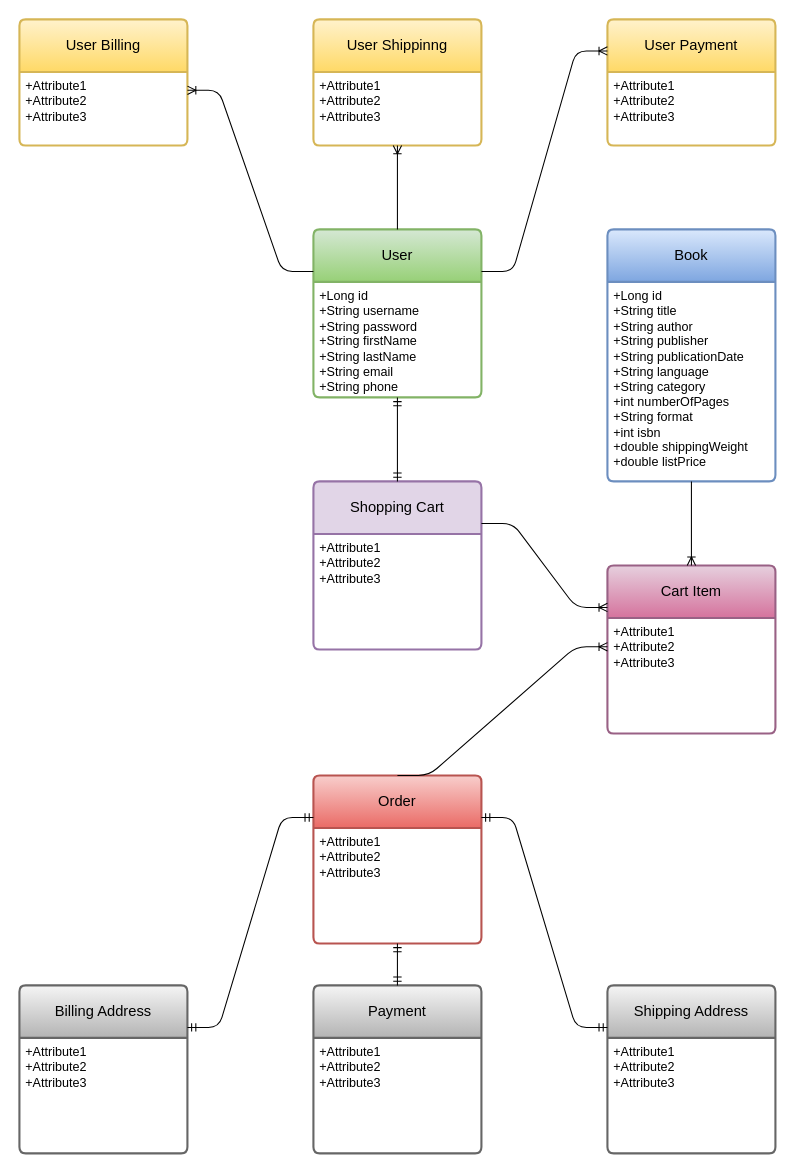
Earlier version of the draw.io diagram Alpine Bookstore Diagram.drawio (alaaasfour/Alpine). Source tidied: cells renumbered, new cells numbered last; positions are measured from the earlier drawing's top-left corner, leaving out a move shared by most shapes. Both pictures are drawn from the tidied source at 105%, with x=0, y=0 at pixel (19, 19).
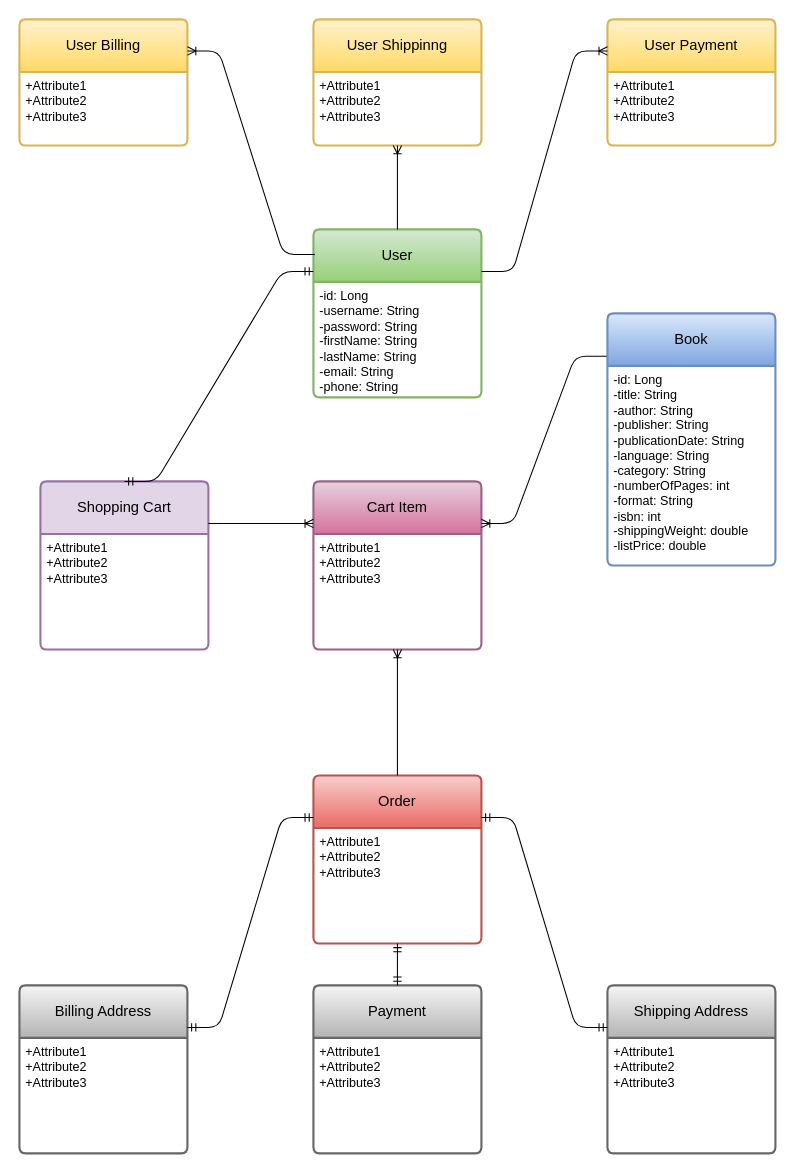
The same page after the edit.

Commit message:
Update Alpine Bookstore Diagram

The change refers to these unchanged cells:
```xml
<mxCell id="2" value="User" style="swimlane;horizontal=1;startSize=50;rounded=1;fontSize=14;fontStyle=0;strokeWidth=2;shadow=0;dashed=0;align=center;arcSize=4;whiteSpace=wrap;html=1;fillColor=#d5e8d4;strokeColor=#82b366;gradientColor=#97d077;" parent="1" vertex="1">
  <mxGeometry x="280" y="200" width="160" height="160" as="geometry" />
</mxCell>
<mxCell id="8" value="User Billing" style="swimlane;horizontal=1;startSize=50;rounded=1;fontSize=14;fontStyle=0;strokeWidth=2;shadow=0;dashed=0;align=center;arcSize=4;whiteSpace=wrap;html=1;fillColor=#fff2cc;gradientColor=#ffd966;strokeColor=#d6b656;" parent="1" vertex="1">
  <mxGeometry width="160" height="120" as="geometry" />
</mxCell>
<mxCell id="9" value="+Attribute1&#10;+Attribute2&#10;+Attribute3" style="align=left;strokeColor=none;fillColor=none;spacingLeft=4;fontSize=12;verticalAlign=top;html=1;" parent="8" vertex="1">
  <mxGeometry y="50" width="160" height="70" as="geometry" />
</mxCell>
<mxCell id="19" value="+Attribute1&#10;+Attribute2&#10;+Attribute3" style="align=left;strokeColor=none;fillColor=none;spacingLeft=4;fontSize=12;verticalAlign=top;html=1;" parent="18" vertex="1">
  <mxGeometry y="50" width="160" height="110" as="geometry" />
</mxCell>
<mxCell id="22" value="Order" style="swimlane;horizontal=1;startSize=50;rounded=1;fontSize=14;fontStyle=0;strokeWidth=2;shadow=0;dashed=0;align=center;arcSize=4;whiteSpace=wrap;html=1;fillColor=#f8cecc;strokeColor=#b85450;gradientColor=#ea6b66;" parent="1" vertex="1">
  <mxGeometry x="280" y="720" width="160" height="160" as="geometry" />
</mxCell>
```

What changed in the source:
```diff
@@
-    <mxCell id="3" value="+Long id&lt;br&gt;+String username&lt;br&gt;+String password&lt;br&gt;+String firstName&lt;br&gt;+String lastName&lt;br&gt;+String email&lt;br&gt;+String phone" style="align=left;strokeColor=none;fillColor=none;spacingLeft=4;fontSize=12;verticalAlign=top;html=1;" parent="2" vertex="1">
+    <mxCell id="3" value="-id: Long&lt;br&gt;-username: String&lt;br&gt;-password: String&lt;br&gt;-firstName: String&lt;br&gt;-lastName: String&lt;br&gt;-email: String&lt;br&gt;-phone: String" style="align=left;strokeColor=none;fillColor=none;spacingLeft=4;fontSize=12;verticalAlign=top;html=1;" parent="2" vertex="1">
       <mxGeometry y="50" width="160" height="110" as="geometry" />
     </mxCell>
@@
-    <mxCell id="12" style="edgeStyle=entityRelationEdgeStyle;fontSize=12;html=1;endArrow=ERoneToMany;rounded=1;entryX=1;entryY=0.25;entryDx=0;entryDy=0;exitX=0;exitY=0.25;exitDx=0;exitDy=0;curved=0;" parent="1" edge="1" source="2" target="9">
+    <mxCell id="12" style="edgeStyle=entityRelationEdgeStyle;fontSize=12;html=1;endArrow=ERoneToMany;rounded=1;entryX=1;entryY=0.25;entryDx=0;entryDy=0;exitX=0.009;exitY=0.149;exitDx=0;exitDy=0;curved=0;exitPerimeter=0;" parent="1" edge="1" source="2" target="8">
       <mxGeometry relative="1" as="geometry" />
     </mxCell>
     <mxCell id="13" value="Shopping Cart" style="swimlane;horizontal=1;startSize=50;rounded=1;fontSize=14;fontStyle=0;strokeWidth=2;shadow=0;dashed=0;align=center;arcSize=4;whiteSpace=wrap;html=1;fillColor=#e1d5e7;strokeColor=#9673a6;" parent="1" vertex="1">
-      <mxGeometry x="280" y="440" width="160" height="160" as="geometry" />
+      <mxGeometry x="20" y="440" width="160" height="160" as="geometry" />
     </mxCell>
@@
-    <mxCell id="15" style="edgeStyle=orthogonalEdgeStyle;fontSize=12;html=1;endArrow=ERmandOne;startArrow=ERmandOne;rounded=0;exitX=0.5;exitY=0;exitDx=0;exitDy=0;entryX=0.5;entryY=1;entryDx=0;entryDy=0;" parent="1" edge="1" source="13" target="3">
-      <mxGeometry relative="1" as="geometry" />
+    <mxCell id="15" style="edgeStyle=entityRelationEdgeStyle;fontSize=12;html=1;endArrow=ERmandOne;startArrow=ERmandOne;rounded=1;entryX=0;entryY=0.25;entryDx=0;entryDy=0;exitX=0.5;exitY=0;exitDx=0;exitDy=0;curved=0;" parent="1" edge="1" source="13" target="2">
+      <mxGeometry relative="1" as="geometry">
+        <Array as="points">
+          <mxPoint x="100" y="390" />
+        </Array>
+      </mxGeometry>
     </mxCell>
     <mxCell id="16" value="Book" style="swimlane;horizontal=1;startSize=50;rounded=1;fontSize=14;fontStyle=0;strokeWidth=2;shadow=0;dashed=0;align=center;arcSize=4;whiteSpace=wrap;html=1;fillColor=#dae8fc;strokeColor=#6c8ebf;gradientColor=#7ea6e0;" parent="1" vertex="1">
-      <mxGeometry x="560" y="200" width="160" height="240" as="geometry" />
+      <mxGeometry x="560" y="280" width="160" height="240" as="geometry" />
     </mxCell>
-    <mxCell id="17" value="+Long id&lt;br&gt;+String title&lt;br&gt;+String author&lt;br&gt;+String publisher&lt;br&gt;+String publicationDate&lt;br&gt;+String language&lt;br&gt;+String category&lt;br&gt;+int numberOfPages&lt;br&gt;+String format&lt;br&gt;+int isbn&lt;br&gt;+double shippingWeight&lt;br&gt;+double listPrice" style="align=left;strokeColor=none;fillColor=none;spacingLeft=4;fontSize=12;verticalAlign=top;html=1;" parent="16" vertex="1">
+    <mxCell id="17" value="-id: Long&lt;br&gt;-title: String&lt;br&gt;-author: String&lt;br&gt;-publisher: String&lt;br&gt;-publicationDate: String&lt;br&gt;-language: String&lt;br&gt;-category: String&lt;br&gt;-numberOfPages: int&lt;br&gt;-format: String&lt;br&gt;-isbn: int&lt;br&gt;-shippingWeight: double&lt;br&gt;-listPrice: double" style="align=left;strokeColor=none;fillColor=none;spacingLeft=4;fontSize=12;verticalAlign=top;html=1;" parent="16" vertex="1">
       <mxGeometry y="50" width="160" height="190" as="geometry" />
     </mxCell>
     <mxCell id="18" value="Cart Item" style="swimlane;horizontal=1;startSize=50;rounded=1;fontSize=14;fontStyle=0;strokeWidth=2;shadow=0;dashed=0;align=center;arcSize=4;whiteSpace=wrap;html=1;fillColor=#e6d0de;gradientColor=#d5739d;strokeColor=#996185;" parent="1" vertex="1">
-      <mxGeometry x="560" y="520" width="160" height="160" as="geometry" />
+      <mxGeometry x="280" y="440" width="160" height="160" as="geometry" />
     </mxCell>
@@
-    <mxCell id="20" style="fontSize=12;html=1;endArrow=ERoneToMany;rounded=1;exitX=0.5;exitY=1;exitDx=0;exitDy=0;entryX=0.5;entryY=0;entryDx=0;entryDy=0;elbow=vertical;edgeStyle=orthogonalEdgeStyle;curved=0;" parent="1" edge="1" source="17" target="18">
-      <mxGeometry relative="1" as="geometry" />
-    </mxCell>
@@
-    <mxCell id="30" style="edgeStyle=entityRelationEdgeStyle;fontSize=12;html=1;endArrow=ERoneToMany;rounded=1;curved=0;entryX=0;entryY=0.25;entryDx=0;entryDy=0;exitX=0.5;exitY=0;exitDx=0;exitDy=0;" parent="1" edge="1" source="22" target="19">
+    <mxCell id="30" style="fontSize=12;html=1;endArrow=ERoneToMany;rounded=1;exitX=0.5;exitY=0;exitDx=0;exitDy=0;entryX=0.5;entryY=1;entryDx=0;entryDy=0;" parent="1" edge="1" source="22" target="19">
       <mxGeometry relative="1" as="geometry" />
     </mxCell>
@@
+    <mxCell id="34" style="edgeStyle=entityRelationEdgeStyle;fontSize=12;html=1;endArrow=ERoneToMany;rounded=1;entryX=1;entryY=0.25;entryDx=0;entryDy=0;exitX=-0.005;exitY=0.17;exitDx=0;exitDy=0;exitPerimeter=0;curved=0;" parent="1" edge="1" source="16" target="18">
+      <mxGeometry relative="1" as="geometry">
+        <Array as="points">
+          <mxPoint x="370" y="410" />
+        </Array>
+      </mxGeometry>
+    </mxCell>
```
